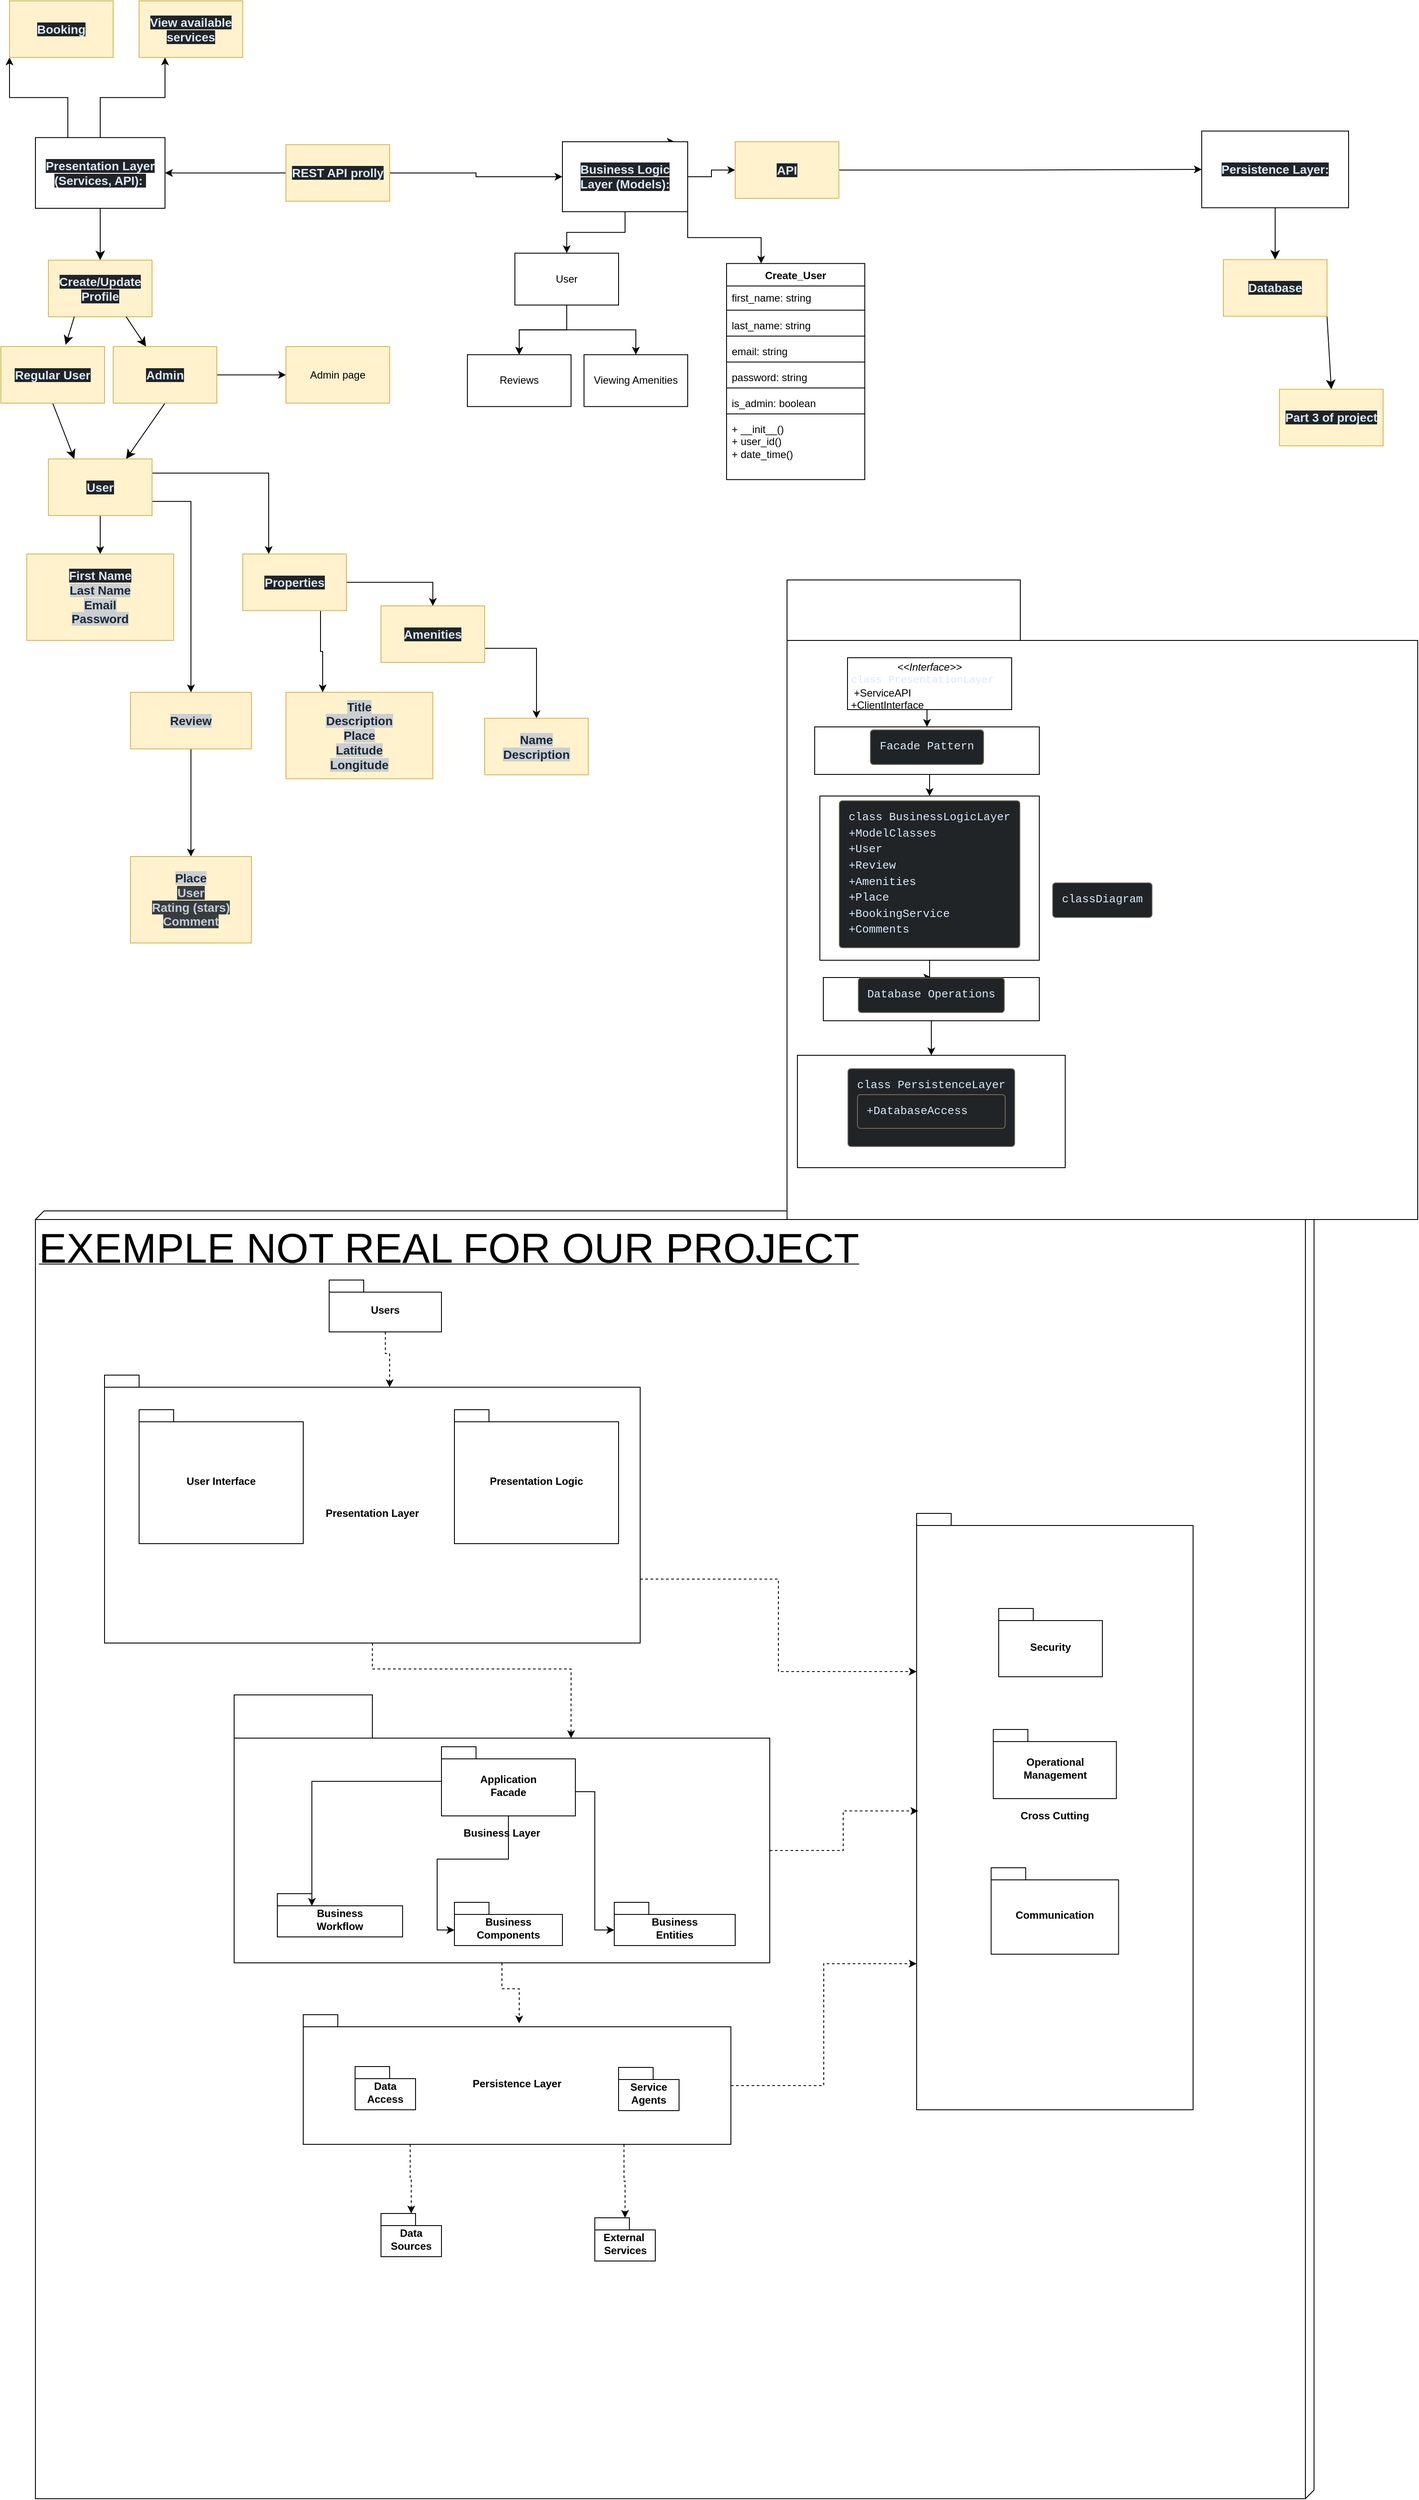
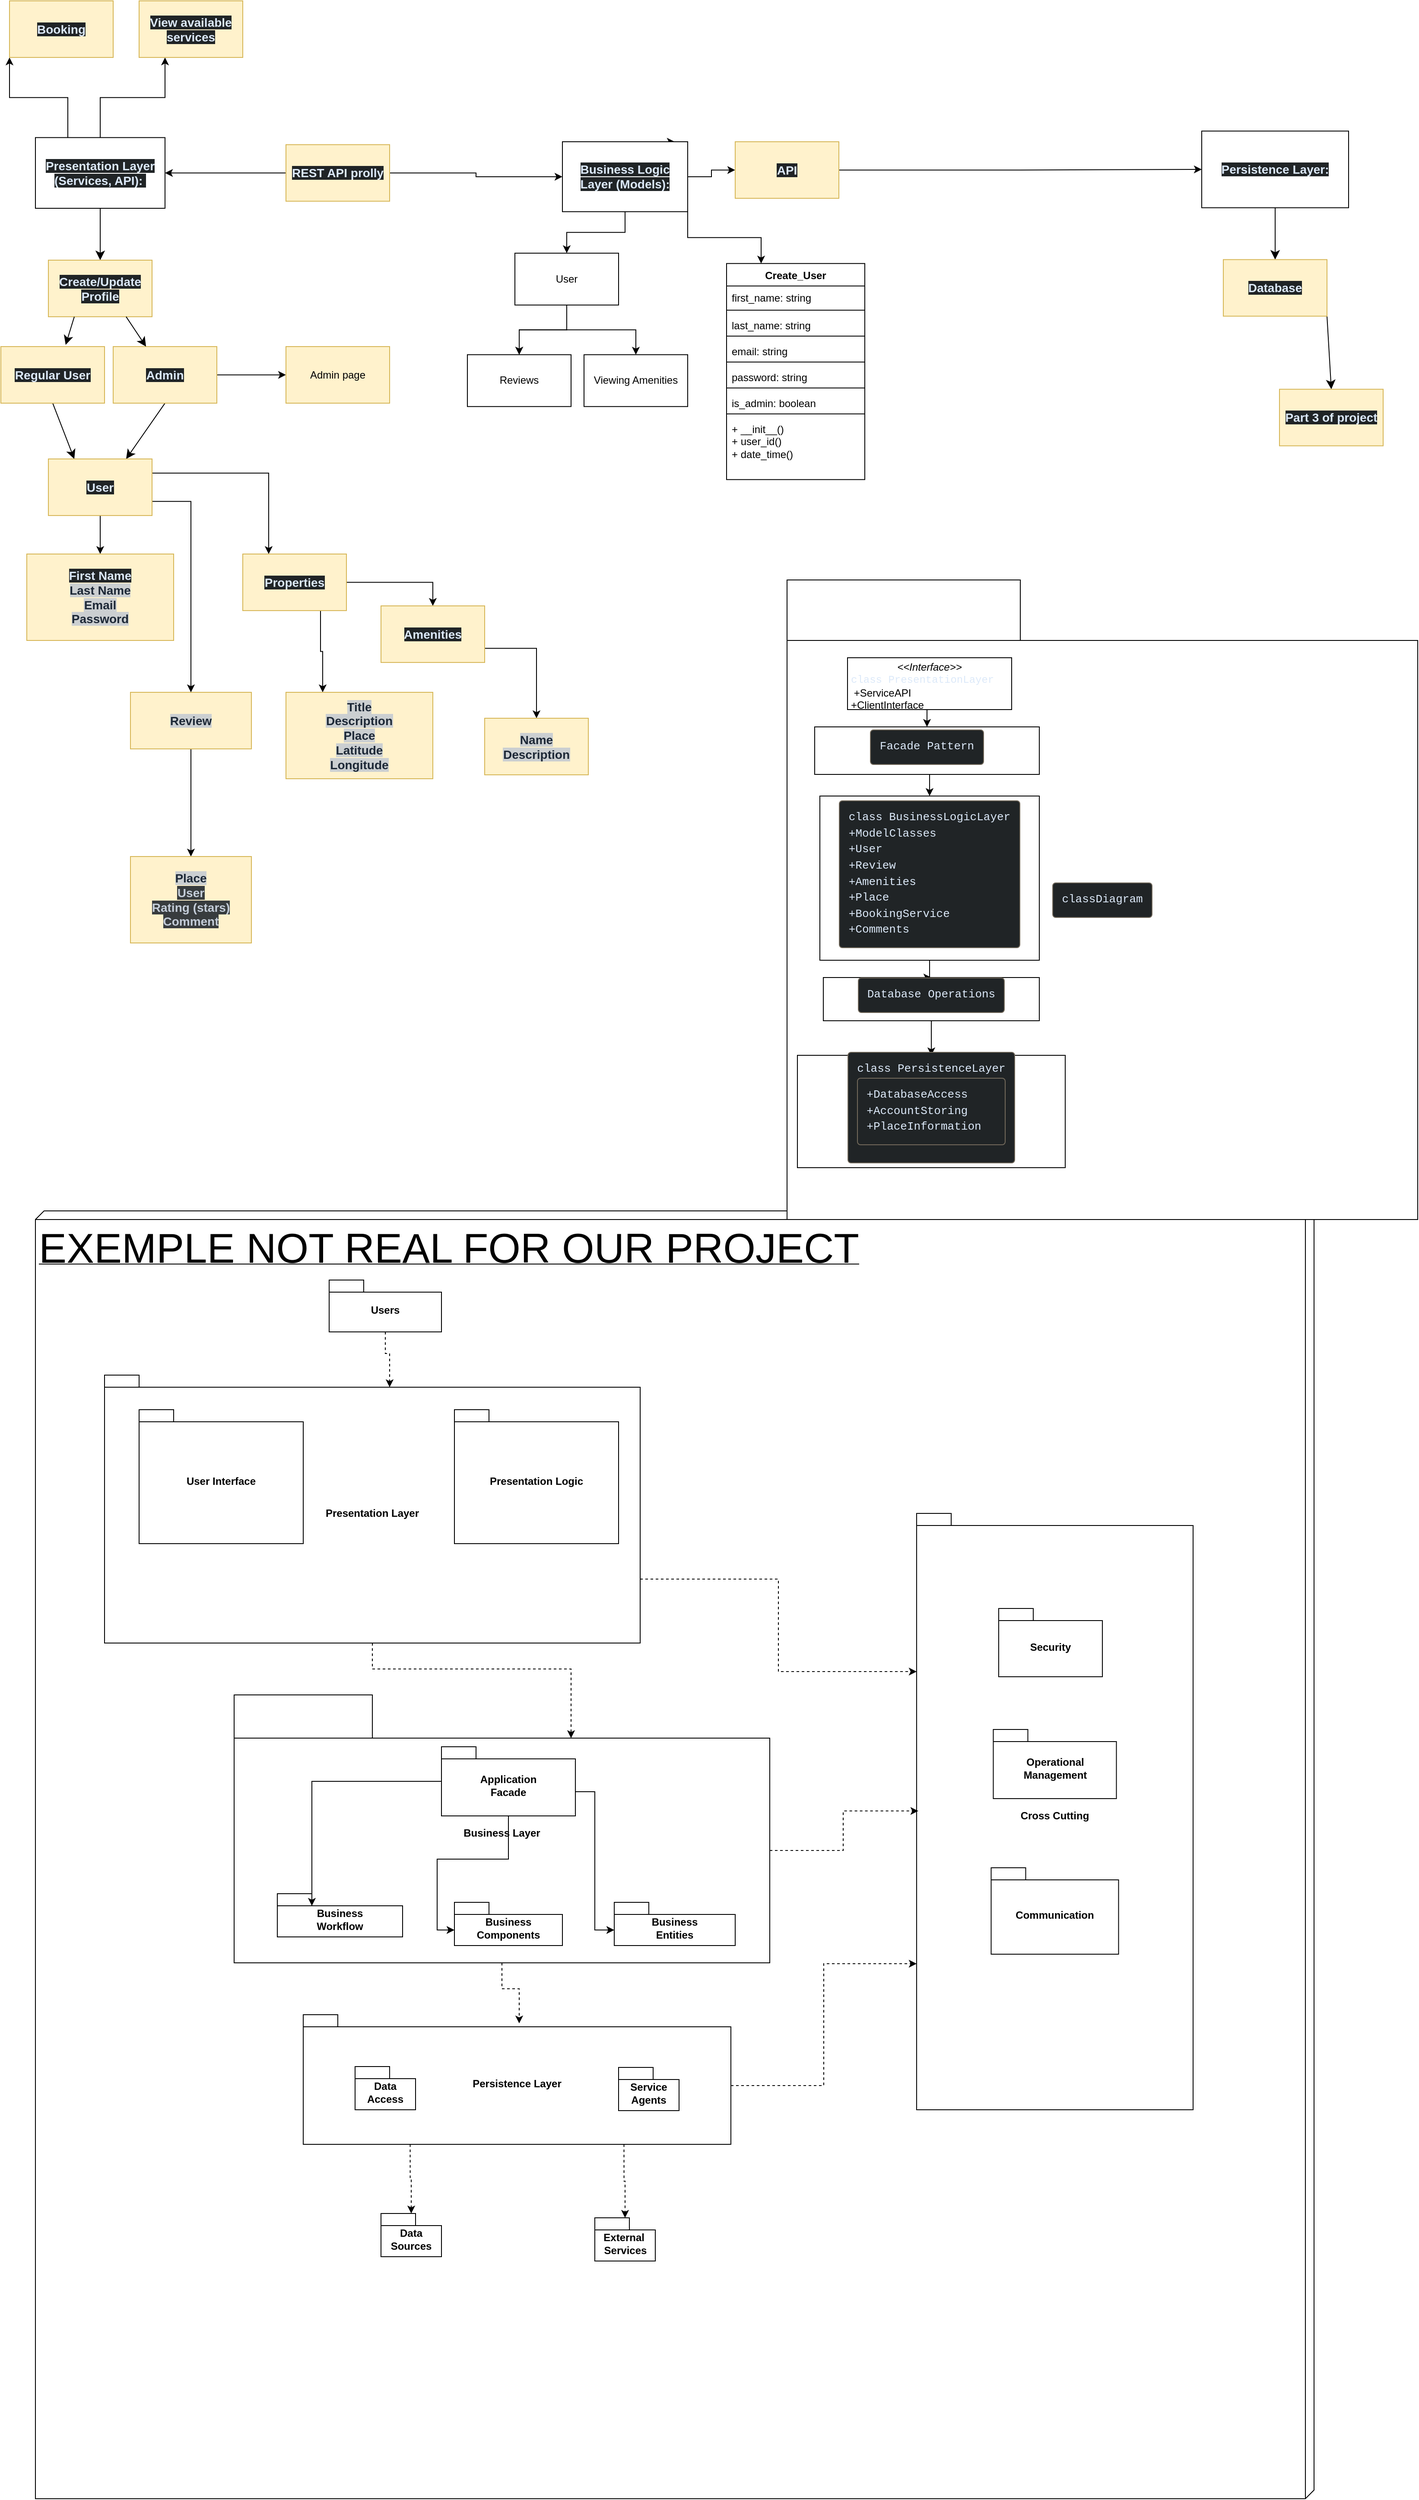
<mxfile host="app.diagrams.net">
  <diagram name="Page-1" id="-YqvBdWR7zro55ob8_1u">
-     <mxGraphModel dx="964" dy="663" grid="1" gridSize="10" guides="1" tooltips="1" connect="1" arrows="1" fold="1" page="1" pageScale="1" pageWidth="850" pageHeight="1100" math="0" shadow="0">
+     <mxGraphModel dx="1252" dy="682" grid="1" gridSize="10" guides="1" tooltips="1" connect="1" arrows="1" fold="1" page="1" pageScale="1" pageWidth="850" pageHeight="1100" math="0" shadow="0">
      <root>
        <mxCell id="0" />
        <mxCell id="1" parent="0" />
        <mxCell id="ak4_qq2vWhMhYVfdcJaX-1" parent="1" style="verticalAlign=top;align=left;spacingTop=8;spacingLeft=2;spacingRight=12;shape=cube;size=10;direction=south;fontStyle=4;html=1;whiteSpace=wrap;" value="&lt;font style=&quot;font-size: 48px;&quot;&gt;EXEMPLE NOT REAL FOR OUR PROJECT&lt;/font&gt;" vertex="1">
          <mxGeometry height="1490" width="1480" x="40" y="1500" as="geometry" />
        </mxCell>
        <mxCell id="Xk1fa7zEFvqhqLaLLcKz-15" parent="1" style="shape=folder;fontStyle=1;spacingTop=10;tabWidth=270;tabHeight=70;tabPosition=left;html=1;whiteSpace=wrap;" value="&lt;pre style=&quot;box-sizing: border-box; overflow: auto; font-family: Menlo, Monaco, Consolas, &amp;quot;Courier New&amp;quot;, monospace; font-size: 13px; margin: 0px 0px 10px; line-height: 1.42857; color: rgb(220, 233, 249); word-break: break-all; overflow-wrap: break-word; border-width: 1px; border-style: solid; border-image: initial; scrollbar-color: rgb(95, 99, 104) rgb(49, 54, 60); font-weight: 400; text-align: start; padding: 10px !important; background-color: rgb(32, 36, 38) !important; border-color: rgb(114, 105, 91) !important; border-radius: 4px !important;&quot;&gt;&lt;code class=&quot;mermaid language-mermaid&quot; style=&quot;box-sizing: border-box; font-family: Menlo, Monaco, Consolas, &amp;quot;Courier New&amp;quot;, monospace; font-size: inherit; padding: 0px; border-radius: 0px; white-space: pre-wrap; scrollbar-color: rgb(95, 99, 104) rgb(49, 54, 60); background-color: transparent !important;&quot;&gt;classDiagram&lt;/code&gt;&lt;/pre&gt;" vertex="1">
          <mxGeometry height="740" width="730" x="910" y="770" as="geometry" />
        </mxCell>
        <mxCell id="knfjWByLyRWuwcYY4K55-11" edge="1" parent="1" source="hUDn5ZNKDxH-Q9J3WyCt-1" style="edgeStyle=none;curved=1;rounded=0;orthogonalLoop=1;jettySize=auto;html=1;exitX=0.5;exitY=1;exitDx=0;exitDy=0;fontSize=12;startSize=8;endSize=8;" target="knfjWByLyRWuwcYY4K55-1">
          <mxGeometry relative="1" as="geometry" />
        </mxCell>
        <mxCell id="nrL1aRvaP8A3k5mvhdIb-1" edge="1" parent="1" source="hUDn5ZNKDxH-Q9J3WyCt-1" style="edgeStyle=orthogonalEdgeStyle;rounded=0;orthogonalLoop=1;jettySize=auto;html=1;exitX=0.25;exitY=0;exitDx=0;exitDy=0;entryX=0;entryY=1;entryDx=0;entryDy=0;" target="nDmQYND_-jVZAFU5oeKq-2">
          <mxGeometry relative="1" as="geometry" />
        </mxCell>
        <mxCell id="nrL1aRvaP8A3k5mvhdIb-2" edge="1" parent="1" source="hUDn5ZNKDxH-Q9J3WyCt-1" style="edgeStyle=orthogonalEdgeStyle;rounded=0;orthogonalLoop=1;jettySize=auto;html=1;exitX=0.5;exitY=0;exitDx=0;exitDy=0;entryX=0.25;entryY=1;entryDx=0;entryDy=0;" target="nDmQYND_-jVZAFU5oeKq-3">
          <mxGeometry relative="1" as="geometry" />
        </mxCell>
        <mxCell id="hUDn5ZNKDxH-Q9J3WyCt-1" parent="1" style="rounded=0;whiteSpace=wrap;html=1;" value="&lt;strong style=&quot;box-sizing: border-box; font-weight: bold; scrollbar-color: rgb(95, 99, 104) rgb(49, 54, 60); color: rgb(220, 233, 249); font-family: aktiv-grotesk, sans-serif; font-size: 14px; text-align: start; background-color: rgb(32, 36, 38);&quot;&gt;Presentation Layer (Services, API):&lt;/strong&gt;&lt;span style=&quot;color: rgb(220, 233, 249); font-family: aktiv-grotesk, sans-serif; font-size: 14px; text-align: start; background-color: rgb(32, 36, 38);&quot;&gt;&amp;nbsp;&lt;/span&gt;" vertex="1">
          <mxGeometry height="81.82" width="150" x="40" y="258.18" as="geometry" />
        </mxCell>
        <mxCell id="nrL1aRvaP8A3k5mvhdIb-28" edge="1" parent="1" source="hUDn5ZNKDxH-Q9J3WyCt-2" style="edgeStyle=orthogonalEdgeStyle;rounded=0;orthogonalLoop=1;jettySize=auto;html=1;exitX=0.75;exitY=0;exitDx=0;exitDy=0;">
          <mxGeometry relative="1" as="geometry">
            <mxPoint x="780" y="262.92" as="targetPoint" />
          </mxGeometry>
        </mxCell>
        <mxCell id="nrL1aRvaP8A3k5mvhdIb-29" edge="1" parent="1" source="hUDn5ZNKDxH-Q9J3WyCt-2" style="edgeStyle=orthogonalEdgeStyle;rounded=0;orthogonalLoop=1;jettySize=auto;html=1;exitX=1;exitY=0.5;exitDx=0;exitDy=0;entryX=0;entryY=0.5;entryDx=0;entryDy=0;" target="nrL1aRvaP8A3k5mvhdIb-25">
          <mxGeometry relative="1" as="geometry" />
        </mxCell>
        <mxCell id="IQe30unK_AcWwb2UXMVU-2" edge="1" parent="1" source="hUDn5ZNKDxH-Q9J3WyCt-2" style="edgeStyle=orthogonalEdgeStyle;rounded=0;orthogonalLoop=1;jettySize=auto;html=1;" target="IQe30unK_AcWwb2UXMVU-1" value="">
          <mxGeometry relative="1" as="geometry" />
        </mxCell>
        <mxCell id="bphd-XHS044pXj_6YrF3-8" edge="1" parent="1" source="hUDn5ZNKDxH-Q9J3WyCt-2" style="edgeStyle=orthogonalEdgeStyle;rounded=0;orthogonalLoop=1;jettySize=auto;html=1;exitX=1;exitY=1;exitDx=0;exitDy=0;entryX=0.25;entryY=0;entryDx=0;entryDy=0;" target="bphd-XHS044pXj_6YrF3-4">
          <mxGeometry relative="1" as="geometry" />
        </mxCell>
        <mxCell id="hUDn5ZNKDxH-Q9J3WyCt-2" parent="1" style="rounded=0;whiteSpace=wrap;html=1;" value="&lt;strong style=&quot;box-sizing: border-box; font-weight: bold; scrollbar-color: rgb(95, 99, 104) rgb(49, 54, 60); color: rgb(220, 233, 249); font-family: aktiv-grotesk, sans-serif; font-size: 14px; text-align: start; background-color: rgb(32, 36, 38);&quot;&gt;Business Logic Layer (Models):&lt;/strong&gt;" vertex="1">
          <mxGeometry height="80.93" width="145" x="650" y="262.99" as="geometry" />
        </mxCell>
        <mxCell id="knfjWByLyRWuwcYY4K55-10" edge="1" parent="1" source="hUDn5ZNKDxH-Q9J3WyCt-3" style="edgeStyle=none;curved=1;rounded=0;orthogonalLoop=1;jettySize=auto;html=1;exitX=0.5;exitY=1;exitDx=0;exitDy=0;entryX=0.5;entryY=0;entryDx=0;entryDy=0;fontSize=12;startSize=8;endSize=8;" target="knfjWByLyRWuwcYY4K55-9">
          <mxGeometry relative="1" as="geometry" />
        </mxCell>
        <mxCell id="hUDn5ZNKDxH-Q9J3WyCt-3" parent="1" style="rounded=0;whiteSpace=wrap;html=1;" value="&lt;strong style=&quot;box-sizing: border-box; font-weight: bold; scrollbar-color: rgb(95, 99, 104) rgb(49, 54, 60); color: rgb(220, 233, 249); font-family: aktiv-grotesk, sans-serif; font-size: 14px; text-align: start; background-color: rgb(32, 36, 38);&quot;&gt;Persistence Layer:&lt;/strong&gt;" vertex="1">
          <mxGeometry height="88.7" width="170" x="1390" y="250.65" as="geometry" />
        </mxCell>
        <mxCell id="nDmQYND_-jVZAFU5oeKq-2" parent="1" style="rounded=0;whiteSpace=wrap;html=1;fillColor=#fff2cc;strokeColor=#d6b656;" value="&lt;div style=&quot;text-align: start;&quot;&gt;&lt;font color=&quot;#dce9f9&quot; face=&quot;aktiv-grotesk, sans-serif&quot;&gt;&lt;span style=&quot;font-size: 14px; background-color: rgb(32, 36, 38);&quot;&gt;&lt;b&gt;Booking&lt;/b&gt;&lt;/span&gt;&lt;/font&gt;&lt;/div&gt;" vertex="1">
          <mxGeometry height="65.46" width="120" x="10" y="100" as="geometry" />
        </mxCell>
        <mxCell id="nDmQYND_-jVZAFU5oeKq-3" parent="1" style="rounded=0;whiteSpace=wrap;html=1;align=center;fillColor=#fff2cc;strokeColor=#d6b656;" value="&lt;div style=&quot;&quot;&gt;&lt;font color=&quot;#dce9f9&quot; face=&quot;aktiv-grotesk, sans-serif&quot;&gt;&lt;span style=&quot;font-size: 14px; background-color: rgb(32, 36, 38);&quot;&gt;&lt;b&gt;View available services&lt;/b&gt;&lt;/span&gt;&lt;/font&gt;&lt;/div&gt;" vertex="1">
          <mxGeometry height="65.46" width="120" x="160" y="100.00000000000003" as="geometry" />
        </mxCell>
        <mxCell id="bphd-XHS044pXj_6YrF3-2" edge="1" parent="1" source="nDmQYND_-jVZAFU5oeKq-4" style="edgeStyle=orthogonalEdgeStyle;rounded=0;orthogonalLoop=1;jettySize=auto;html=1;exitX=0.5;exitY=1;exitDx=0;exitDy=0;entryX=0.5;entryY=0;entryDx=0;entryDy=0;" target="bphd-XHS044pXj_6YrF3-1">
          <mxGeometry relative="1" as="geometry" />
        </mxCell>
        <mxCell id="nDmQYND_-jVZAFU5oeKq-4" parent="1" style="rounded=0;whiteSpace=wrap;html=1;align=center;fillColor=#fff2cc;strokeColor=#d6b656;" value="&lt;div style=&quot;&quot;&gt;&lt;font color=&quot;#1d2836&quot; face=&quot;aktiv-grotesk, sans-serif&quot;&gt;&lt;span style=&quot;font-size: 14px; background-color: rgb(203, 207, 209);&quot;&gt;&lt;b&gt;Review&lt;/b&gt;&lt;/span&gt;&lt;/font&gt;&lt;/div&gt;" vertex="1">
          <mxGeometry height="65.46" width="140" x="150" y="900" as="geometry" />
        </mxCell>
        <mxCell id="knfjWByLyRWuwcYY4K55-1" parent="1" style="rounded=0;whiteSpace=wrap;html=1;align=center;fillColor=#fff2cc;strokeColor=#d6b656;" value="&lt;div style=&quot;&quot;&gt;&lt;font color=&quot;#dce9f9&quot; face=&quot;aktiv-grotesk, sans-serif&quot;&gt;&lt;span style=&quot;font-size: 14px; background-color: rgb(32, 36, 38);&quot;&gt;&lt;b&gt;Create/Update Profile&lt;/b&gt;&lt;/span&gt;&lt;/font&gt;&lt;/div&gt;" vertex="1">
          <mxGeometry height="65.46" width="120" x="55" y="400" as="geometry" />
        </mxCell>
        <mxCell id="knfjWByLyRWuwcYY4K55-12" edge="1" parent="1" source="knfjWByLyRWuwcYY4K55-3" style="edgeStyle=none;curved=1;rounded=0;orthogonalLoop=1;jettySize=auto;html=1;exitX=0.5;exitY=1;exitDx=0;exitDy=0;entryX=0.25;entryY=0;entryDx=0;entryDy=0;fontSize=12;startSize=8;endSize=8;" target="knfjWByLyRWuwcYY4K55-7">
          <mxGeometry relative="1" as="geometry" />
        </mxCell>
        <mxCell id="knfjWByLyRWuwcYY4K55-3" parent="1" style="rounded=0;whiteSpace=wrap;html=1;align=center;fillColor=#fff2cc;strokeColor=#d6b656;" value="&lt;div style=&quot;&quot;&gt;&lt;font color=&quot;#dce9f9&quot; face=&quot;aktiv-grotesk, sans-serif&quot;&gt;&lt;span style=&quot;font-size: 14px; background-color: rgb(32, 36, 38);&quot;&gt;&lt;b&gt;Regular User&lt;/b&gt;&lt;/span&gt;&lt;/font&gt;&lt;/div&gt;" vertex="1">
          <mxGeometry height="65.46" width="120" y="500" as="geometry" />
        </mxCell>
        <mxCell id="knfjWByLyRWuwcYY4K55-13" edge="1" parent="1" source="knfjWByLyRWuwcYY4K55-4" style="edgeStyle=none;curved=1;rounded=0;orthogonalLoop=1;jettySize=auto;html=1;exitX=0.5;exitY=1;exitDx=0;exitDy=0;entryX=0.75;entryY=0;entryDx=0;entryDy=0;fontSize=12;startSize=8;endSize=8;" target="knfjWByLyRWuwcYY4K55-7">
          <mxGeometry relative="1" as="geometry" />
        </mxCell>
        <mxCell id="aWwyGlZGmxZRMDZtTTIC-5" edge="1" parent="1" source="knfjWByLyRWuwcYY4K55-4" style="edgeStyle=orthogonalEdgeStyle;rounded=0;orthogonalLoop=1;jettySize=auto;html=1;" target="aWwyGlZGmxZRMDZtTTIC-4" value="">
          <mxGeometry relative="1" as="geometry" />
        </mxCell>
        <mxCell id="knfjWByLyRWuwcYY4K55-4" parent="1" style="rounded=0;whiteSpace=wrap;html=1;align=center;fillColor=#fff2cc;strokeColor=#d6b656;" value="&lt;div style=&quot;&quot;&gt;&lt;font color=&quot;#dce9f9&quot; face=&quot;aktiv-grotesk, sans-serif&quot;&gt;&lt;span style=&quot;font-size: 14px; background-color: rgb(32, 36, 38);&quot;&gt;&lt;b&gt;Admin&lt;/b&gt;&lt;/span&gt;&lt;/font&gt;&lt;/div&gt;" vertex="1">
          <mxGeometry height="65.46" width="120" x="130" y="500" as="geometry" />
        </mxCell>
        <mxCell id="knfjWByLyRWuwcYY4K55-5" edge="1" parent="1" source="knfjWByLyRWuwcYY4K55-1" style="edgeStyle=none;curved=1;rounded=0;orthogonalLoop=1;jettySize=auto;html=1;exitX=0.25;exitY=1;exitDx=0;exitDy=0;entryX=0.625;entryY=-0.031;entryDx=0;entryDy=0;entryPerimeter=0;fontSize=12;startSize=8;endSize=8;" target="knfjWByLyRWuwcYY4K55-3">
          <mxGeometry relative="1" as="geometry" />
        </mxCell>
        <mxCell id="knfjWByLyRWuwcYY4K55-6" edge="1" parent="1" source="knfjWByLyRWuwcYY4K55-1" style="edgeStyle=none;curved=1;rounded=0;orthogonalLoop=1;jettySize=auto;html=1;exitX=0.75;exitY=1;exitDx=0;exitDy=0;entryX=0.317;entryY=0;entryDx=0;entryDy=0;entryPerimeter=0;fontSize=12;startSize=8;endSize=8;" target="knfjWByLyRWuwcYY4K55-4">
          <mxGeometry relative="1" as="geometry" />
        </mxCell>
        <mxCell id="nrL1aRvaP8A3k5mvhdIb-16" edge="1" parent="1" source="knfjWByLyRWuwcYY4K55-7" style="edgeStyle=orthogonalEdgeStyle;rounded=0;orthogonalLoop=1;jettySize=auto;html=1;exitX=0.5;exitY=1;exitDx=0;exitDy=0;entryX=0.5;entryY=0;entryDx=0;entryDy=0;" target="nrL1aRvaP8A3k5mvhdIb-10">
          <mxGeometry relative="1" as="geometry" />
        </mxCell>
        <mxCell id="nrL1aRvaP8A3k5mvhdIb-18" edge="1" parent="1" source="knfjWByLyRWuwcYY4K55-7" style="edgeStyle=orthogonalEdgeStyle;rounded=0;orthogonalLoop=1;jettySize=auto;html=1;exitX=1;exitY=0.75;exitDx=0;exitDy=0;entryX=0.5;entryY=0;entryDx=0;entryDy=0;" target="nDmQYND_-jVZAFU5oeKq-4">
          <mxGeometry relative="1" as="geometry" />
        </mxCell>
        <mxCell id="nrL1aRvaP8A3k5mvhdIb-19" edge="1" parent="1" source="knfjWByLyRWuwcYY4K55-7" style="edgeStyle=orthogonalEdgeStyle;rounded=0;orthogonalLoop=1;jettySize=auto;html=1;exitX=1;exitY=0.25;exitDx=0;exitDy=0;entryX=0.25;entryY=0;entryDx=0;entryDy=0;" target="nrL1aRvaP8A3k5mvhdIb-3">
          <mxGeometry relative="1" as="geometry" />
        </mxCell>
        <mxCell id="knfjWByLyRWuwcYY4K55-7" parent="1" style="rounded=0;whiteSpace=wrap;html=1;align=center;fillColor=#fff2cc;strokeColor=#d6b656;" value="&lt;div style=&quot;&quot;&gt;&lt;font color=&quot;#dce9f9&quot; face=&quot;aktiv-grotesk, sans-serif&quot;&gt;&lt;span style=&quot;font-size: 14px; background-color: rgb(32, 36, 38);&quot;&gt;&lt;b&gt;User&lt;/b&gt;&lt;/span&gt;&lt;/font&gt;&lt;/div&gt;" vertex="1">
          <mxGeometry height="65.46" width="120" x="55" y="630" as="geometry" />
        </mxCell>
        <mxCell id="knfjWByLyRWuwcYY4K55-16" edge="1" parent="1" source="knfjWByLyRWuwcYY4K55-9" style="edgeStyle=none;curved=1;rounded=0;orthogonalLoop=1;jettySize=auto;html=1;exitX=1;exitY=1;exitDx=0;exitDy=0;entryX=0.5;entryY=0;entryDx=0;entryDy=0;fontSize=12;startSize=8;endSize=8;" target="knfjWByLyRWuwcYY4K55-14">
          <mxGeometry relative="1" as="geometry" />
        </mxCell>
        <mxCell id="knfjWByLyRWuwcYY4K55-9" parent="1" style="rounded=0;whiteSpace=wrap;html=1;align=center;fillColor=#fff2cc;strokeColor=#d6b656;" value="&lt;div style=&quot;&quot;&gt;&lt;font color=&quot;#dce9f9&quot; face=&quot;aktiv-grotesk, sans-serif&quot;&gt;&lt;span style=&quot;font-size: 14px; background-color: rgb(32, 36, 38);&quot;&gt;&lt;b&gt;Database&lt;/b&gt;&lt;/span&gt;&lt;/font&gt;&lt;/div&gt;" vertex="1">
          <mxGeometry height="65.46" width="120" x="1415" y="399.35" as="geometry" />
        </mxCell>
        <mxCell id="knfjWByLyRWuwcYY4K55-14" parent="1" style="rounded=0;whiteSpace=wrap;html=1;align=center;fillColor=#fff2cc;strokeColor=#d6b656;" value="&lt;div style=&quot;&quot;&gt;&lt;font color=&quot;#dce9f9&quot; face=&quot;aktiv-grotesk, sans-serif&quot;&gt;&lt;span style=&quot;font-size: 14px; background-color: rgb(32, 36, 38);&quot;&gt;&lt;b&gt;Part 3 of project&lt;/b&gt;&lt;/span&gt;&lt;/font&gt;&lt;/div&gt;" vertex="1">
          <mxGeometry height="65.46" width="120" x="1480" y="549.35" as="geometry" />
        </mxCell>
        <mxCell id="bphd-XHS044pXj_6YrF3-3" edge="1" parent="1" source="nrL1aRvaP8A3k5mvhdIb-3" style="edgeStyle=orthogonalEdgeStyle;rounded=0;orthogonalLoop=1;jettySize=auto;html=1;exitX=0.75;exitY=1;exitDx=0;exitDy=0;entryX=0.25;entryY=0;entryDx=0;entryDy=0;" target="nrL1aRvaP8A3k5mvhdIb-20">
          <mxGeometry relative="1" as="geometry">
            <mxPoint x="370.11764705882365" y="910" as="targetPoint" />
          </mxGeometry>
        </mxCell>
        <mxCell id="bphd-XHS044pXj_6YrF3-10" edge="1" parent="1" source="nrL1aRvaP8A3k5mvhdIb-3" style="edgeStyle=orthogonalEdgeStyle;rounded=0;orthogonalLoop=1;jettySize=auto;html=1;exitX=1;exitY=0.5;exitDx=0;exitDy=0;entryX=0.5;entryY=0;entryDx=0;entryDy=0;" target="bphd-XHS044pXj_6YrF3-9">
          <mxGeometry relative="1" as="geometry" />
        </mxCell>
        <mxCell id="nrL1aRvaP8A3k5mvhdIb-3" parent="1" style="rounded=0;whiteSpace=wrap;html=1;align=center;fillColor=#fff2cc;strokeColor=#d6b656;" value="&lt;div style=&quot;&quot;&gt;&lt;font color=&quot;#dce9f9&quot; face=&quot;aktiv-grotesk, sans-serif&quot;&gt;&lt;span style=&quot;font-size: 14px; background-color: rgb(32, 36, 38);&quot;&gt;&lt;b&gt;Properties&lt;/b&gt;&lt;/span&gt;&lt;/font&gt;&lt;/div&gt;" vertex="1">
          <mxGeometry height="65.46" width="120" x="280" y="740" as="geometry" />
        </mxCell>
        <mxCell id="nrL1aRvaP8A3k5mvhdIb-10" parent="1" style="rounded=0;whiteSpace=wrap;html=1;align=center;fillColor=#fff2cc;strokeColor=#d6b656;" value="&lt;div style=&quot;&quot;&gt;&lt;font color=&quot;#dce9f9&quot; face=&quot;aktiv-grotesk, sans-serif&quot;&gt;&lt;span style=&quot;font-size: 14px; background-color: rgb(32, 36, 38);&quot;&gt;&lt;b&gt;First Name&lt;/b&gt;&lt;/span&gt;&lt;/font&gt;&lt;/div&gt;&lt;div style=&quot;&quot;&gt;&lt;font color=&quot;#1d2836&quot; face=&quot;aktiv-grotesk, sans-serif&quot;&gt;&lt;span style=&quot;font-size: 14px; background-color: rgb(203, 207, 209);&quot;&gt;&lt;b&gt;Last Name&lt;/b&gt;&lt;/span&gt;&lt;/font&gt;&lt;/div&gt;&lt;div style=&quot;&quot;&gt;&lt;font color=&quot;#1d2836&quot; face=&quot;aktiv-grotesk, sans-serif&quot;&gt;&lt;span style=&quot;font-size: 14px; background-color: rgb(203, 207, 209);&quot;&gt;&lt;b&gt;Email&lt;/b&gt;&lt;/span&gt;&lt;/font&gt;&lt;/div&gt;&lt;div style=&quot;&quot;&gt;&lt;font color=&quot;#1d2836&quot; face=&quot;aktiv-grotesk, sans-serif&quot;&gt;&lt;span style=&quot;font-size: 14px; background-color: rgb(203, 207, 209);&quot;&gt;&lt;b&gt;Password&lt;/b&gt;&lt;/span&gt;&lt;/font&gt;&lt;/div&gt;" vertex="1">
          <mxGeometry height="100" width="170" x="30" y="740" as="geometry" />
        </mxCell>
        <mxCell id="nrL1aRvaP8A3k5mvhdIb-20" parent="1" style="rounded=0;whiteSpace=wrap;html=1;align=center;fillColor=#fff2cc;strokeColor=#d6b656;" value="&lt;div style=&quot;&quot;&gt;&lt;font color=&quot;#1d2836&quot; face=&quot;aktiv-grotesk, sans-serif&quot;&gt;&lt;span style=&quot;font-size: 14px; background-color: rgb(203, 207, 209);&quot;&gt;&lt;b&gt;Title&lt;/b&gt;&lt;/span&gt;&lt;/font&gt;&lt;/div&gt;&lt;div style=&quot;&quot;&gt;&lt;font color=&quot;#1d2836&quot; face=&quot;aktiv-grotesk, sans-serif&quot;&gt;&lt;span style=&quot;font-size: 14px; background-color: rgb(203, 207, 209);&quot;&gt;&lt;b&gt;Description&lt;/b&gt;&lt;/span&gt;&lt;/font&gt;&lt;/div&gt;&lt;div style=&quot;&quot;&gt;&lt;font color=&quot;#1d2836&quot; face=&quot;aktiv-grotesk, sans-serif&quot;&gt;&lt;span style=&quot;font-size: 14px; background-color: rgb(203, 207, 209);&quot;&gt;&lt;b&gt;Place&lt;/b&gt;&lt;/span&gt;&lt;/font&gt;&lt;/div&gt;&lt;div style=&quot;&quot;&gt;&lt;font color=&quot;#1d2836&quot; face=&quot;aktiv-grotesk, sans-serif&quot;&gt;&lt;span style=&quot;font-size: 14px; background-color: rgb(203, 207, 209);&quot;&gt;&lt;b&gt;Latitude&lt;/b&gt;&lt;/span&gt;&lt;/font&gt;&lt;/div&gt;&lt;div style=&quot;&quot;&gt;&lt;font color=&quot;#1d2836&quot; face=&quot;aktiv-grotesk, sans-serif&quot;&gt;&lt;span style=&quot;font-size: 14px; background-color: rgb(203, 207, 209);&quot;&gt;&lt;b&gt;Longitude&lt;/b&gt;&lt;/span&gt;&lt;/font&gt;&lt;/div&gt;" vertex="1">
          <mxGeometry height="100" width="170" x="330" y="900" as="geometry" />
        </mxCell>
        <mxCell id="nrL1aRvaP8A3k5mvhdIb-26" edge="1" parent="1" source="nrL1aRvaP8A3k5mvhdIb-24" style="edgeStyle=orthogonalEdgeStyle;rounded=0;orthogonalLoop=1;jettySize=auto;html=1;exitX=1;exitY=0.5;exitDx=0;exitDy=0;" target="hUDn5ZNKDxH-Q9J3WyCt-2">
          <mxGeometry relative="1" as="geometry">
            <mxPoint x="610" y="299.5700000000001" as="sourcePoint" />
          </mxGeometry>
        </mxCell>
        <mxCell id="nrL1aRvaP8A3k5mvhdIb-27" edge="1" parent="1" source="nrL1aRvaP8A3k5mvhdIb-24" style="edgeStyle=orthogonalEdgeStyle;rounded=0;orthogonalLoop=1;jettySize=auto;html=1;exitX=0;exitY=0.5;exitDx=0;exitDy=0;entryX=1;entryY=0.5;entryDx=0;entryDy=0;" target="hUDn5ZNKDxH-Q9J3WyCt-1">
          <mxGeometry relative="1" as="geometry" />
        </mxCell>
        <mxCell id="nrL1aRvaP8A3k5mvhdIb-24" parent="1" style="rounded=0;whiteSpace=wrap;html=1;align=center;fillColor=#fff2cc;strokeColor=#d6b656;" value="&lt;div style=&quot;&quot;&gt;&lt;font color=&quot;#dce9f9&quot; face=&quot;aktiv-grotesk, sans-serif&quot;&gt;&lt;span style=&quot;font-size: 14px; background-color: rgb(32, 36, 38);&quot;&gt;&lt;b&gt;REST API prolly&lt;/b&gt;&lt;/span&gt;&lt;/font&gt;&lt;/div&gt;" vertex="1">
          <mxGeometry height="65.46" width="120" x="330" y="266.35999999999996" as="geometry" />
        </mxCell>
        <mxCell id="nrL1aRvaP8A3k5mvhdIb-30" edge="1" parent="1" source="nrL1aRvaP8A3k5mvhdIb-25" style="edgeStyle=orthogonalEdgeStyle;rounded=0;orthogonalLoop=1;jettySize=auto;html=1;exitX=1;exitY=0.5;exitDx=0;exitDy=0;entryX=0;entryY=0.5;entryDx=0;entryDy=0;" target="hUDn5ZNKDxH-Q9J3WyCt-3">
          <mxGeometry relative="1" as="geometry" />
        </mxCell>
        <mxCell id="nrL1aRvaP8A3k5mvhdIb-25" parent="1" style="rounded=0;whiteSpace=wrap;html=1;align=center;fillColor=#fff2cc;strokeColor=#d6b656;" value="&lt;div style=&quot;&quot;&gt;&lt;font color=&quot;#dce9f9&quot; face=&quot;aktiv-grotesk, sans-serif&quot;&gt;&lt;span style=&quot;font-size: 14px; background-color: rgb(32, 36, 38);&quot;&gt;&lt;b&gt;API&lt;/b&gt;&lt;/span&gt;&lt;/font&gt;&lt;/div&gt;" vertex="1">
          <mxGeometry height="65.46" width="120" x="850" y="262.99" as="geometry" />
        </mxCell>
        <mxCell id="bphd-XHS044pXj_6YrF3-1" parent="1" style="rounded=0;whiteSpace=wrap;html=1;align=center;fillColor=#fff2cc;strokeColor=#d6b656;" value="&lt;div style=&quot;&quot;&gt;&lt;font color=&quot;#1d2836&quot; face=&quot;aktiv-grotesk, sans-serif&quot;&gt;&lt;span style=&quot;font-size: 14px; background-color: rgb(203, 207, 209);&quot;&gt;&lt;b&gt;Place&lt;/b&gt;&lt;/span&gt;&lt;/font&gt;&lt;/div&gt;&lt;div style=&quot;&quot;&gt;&lt;font color=&quot;#c4cdd9&quot; face=&quot;aktiv-grotesk, sans-serif&quot;&gt;&lt;span style=&quot;font-size: 14px; background-color: rgb(56, 60, 62);&quot;&gt;&lt;b&gt;User&lt;/b&gt;&lt;/span&gt;&lt;/font&gt;&lt;/div&gt;&lt;div style=&quot;&quot;&gt;&lt;font color=&quot;#c4cdd9&quot; face=&quot;aktiv-grotesk, sans-serif&quot;&gt;&lt;span style=&quot;font-size: 14px; background-color: rgb(56, 60, 62);&quot;&gt;&lt;b&gt;Rating (stars)&lt;/b&gt;&lt;/span&gt;&lt;/font&gt;&lt;/div&gt;&lt;div style=&quot;&quot;&gt;&lt;font color=&quot;#c4cdd9&quot; face=&quot;aktiv-grotesk, sans-serif&quot;&gt;&lt;span style=&quot;font-size: 14px; background-color: rgb(56, 60, 62);&quot;&gt;&lt;b&gt;Comment&lt;/b&gt;&lt;/span&gt;&lt;/font&gt;&lt;/div&gt;" vertex="1">
          <mxGeometry height="100" width="140" x="150" y="1090" as="geometry" />
        </mxCell>
        <mxCell id="IQe30unK_AcWwb2UXMVU-4" edge="1" parent="1" source="IQe30unK_AcWwb2UXMVU-1" style="edgeStyle=orthogonalEdgeStyle;rounded=0;orthogonalLoop=1;jettySize=auto;html=1;" target="IQe30unK_AcWwb2UXMVU-3" value="">
          <mxGeometry relative="1" as="geometry" />
        </mxCell>
        <mxCell id="bphd-XHS044pXj_6YrF3-4" parent="1" style="swimlane;fontStyle=1;align=center;verticalAlign=top;childLayout=stackLayout;horizontal=1;startSize=26;horizontalStack=0;resizeParent=1;resizeParentMax=0;resizeLast=0;collapsible=1;marginBottom=0;whiteSpace=wrap;html=1;" value="Create_User" vertex="1">
          <mxGeometry height="250" width="160" x="840" y="403.92" as="geometry" />
        </mxCell>
        <mxCell id="bphd-XHS044pXj_6YrF3-5" parent="bphd-XHS044pXj_6YrF3-4" style="text;strokeColor=none;fillColor=none;align=left;verticalAlign=top;spacingLeft=4;spacingRight=4;overflow=hidden;rotatable=0;points=[[0,0.5],[1,0.5]];portConstraint=eastwest;whiteSpace=wrap;html=1;" value="first_name: string&lt;div&gt;&lt;br&gt;&lt;/div&gt;" vertex="1">
          <mxGeometry height="24" width="160" y="26" as="geometry" />
        </mxCell>
        <mxCell id="bphd-XHS044pXj_6YrF3-6" parent="bphd-XHS044pXj_6YrF3-4" style="line;strokeWidth=1;fillColor=none;align=left;verticalAlign=middle;spacingTop=-1;spacingLeft=3;spacingRight=3;rotatable=0;labelPosition=right;points=[];portConstraint=eastwest;strokeColor=inherit;" value="" vertex="1">
          <mxGeometry height="8" width="160" y="50" as="geometry" />
        </mxCell>
        <mxCell id="1CZEDAOxRYAH5AQD7Mqk-3" parent="bphd-XHS044pXj_6YrF3-4" style="text;strokeColor=none;fillColor=none;align=left;verticalAlign=top;spacingLeft=4;spacingRight=4;overflow=hidden;rotatable=0;points=[[0,0.5],[1,0.5]];portConstraint=eastwest;whiteSpace=wrap;html=1;" value="&lt;div&gt;last_name: string&lt;/div&gt;" vertex="1">
          <mxGeometry height="22" width="160" y="58" as="geometry" />
        </mxCell>
        <mxCell id="1CZEDAOxRYAH5AQD7Mqk-4" parent="bphd-XHS044pXj_6YrF3-4" style="line;strokeWidth=1;fillColor=none;align=left;verticalAlign=middle;spacingTop=-1;spacingLeft=3;spacingRight=3;rotatable=0;labelPosition=right;points=[];portConstraint=eastwest;strokeColor=inherit;" value="" vertex="1">
          <mxGeometry height="8" width="160" y="80" as="geometry" />
        </mxCell>
        <mxCell id="1CZEDAOxRYAH5AQD7Mqk-5" parent="bphd-XHS044pXj_6YrF3-4" style="text;strokeColor=none;fillColor=none;align=left;verticalAlign=top;spacingLeft=4;spacingRight=4;overflow=hidden;rotatable=0;points=[[0,0.5],[1,0.5]];portConstraint=eastwest;whiteSpace=wrap;html=1;" value="&lt;div&gt;email: string&lt;/div&gt;" vertex="1">
          <mxGeometry height="22" width="160" y="88" as="geometry" />
        </mxCell>
        <mxCell id="1CZEDAOxRYAH5AQD7Mqk-7" parent="bphd-XHS044pXj_6YrF3-4" style="line;strokeWidth=1;fillColor=none;align=left;verticalAlign=middle;spacingTop=-1;spacingLeft=3;spacingRight=3;rotatable=0;labelPosition=right;points=[];portConstraint=eastwest;strokeColor=inherit;" value="" vertex="1">
          <mxGeometry height="8" width="160" y="110" as="geometry" />
        </mxCell>
        <mxCell id="1CZEDAOxRYAH5AQD7Mqk-6" parent="bphd-XHS044pXj_6YrF3-4" style="text;strokeColor=none;fillColor=none;align=left;verticalAlign=top;spacingLeft=4;spacingRight=4;overflow=hidden;rotatable=0;points=[[0,0.5],[1,0.5]];portConstraint=eastwest;whiteSpace=wrap;html=1;" value="&lt;div&gt;password: string&lt;/div&gt;" vertex="1">
          <mxGeometry height="22" width="160" y="118" as="geometry" />
        </mxCell>
        <mxCell id="1CZEDAOxRYAH5AQD7Mqk-8" parent="bphd-XHS044pXj_6YrF3-4" style="line;strokeWidth=1;fillColor=none;align=left;verticalAlign=middle;spacingTop=-1;spacingLeft=3;spacingRight=3;rotatable=0;labelPosition=right;points=[];portConstraint=eastwest;strokeColor=inherit;" value="" vertex="1">
          <mxGeometry height="8" width="160" y="140" as="geometry" />
        </mxCell>
        <mxCell id="aWwyGlZGmxZRMDZtTTIC-2" parent="bphd-XHS044pXj_6YrF3-4" style="text;strokeColor=none;fillColor=none;align=left;verticalAlign=top;spacingLeft=4;spacingRight=4;overflow=hidden;rotatable=0;points=[[0,0.5],[1,0.5]];portConstraint=eastwest;whiteSpace=wrap;html=1;" value="&lt;div&gt;is_admin: boolean&lt;/div&gt;" vertex="1">
          <mxGeometry height="22" width="160" y="148" as="geometry" />
        </mxCell>
        <mxCell id="aWwyGlZGmxZRMDZtTTIC-3" parent="bphd-XHS044pXj_6YrF3-4" style="line;strokeWidth=1;fillColor=none;align=left;verticalAlign=middle;spacingTop=-1;spacingLeft=3;spacingRight=3;rotatable=0;labelPosition=right;points=[];portConstraint=eastwest;strokeColor=inherit;" value="" vertex="1">
          <mxGeometry height="8" width="160" y="170" as="geometry" />
        </mxCell>
        <mxCell id="bphd-XHS044pXj_6YrF3-7" parent="bphd-XHS044pXj_6YrF3-4" style="text;strokeColor=none;fillColor=none;align=left;verticalAlign=top;spacingLeft=4;spacingRight=4;overflow=hidden;rotatable=0;points=[[0,0.5],[1,0.5]];portConstraint=eastwest;whiteSpace=wrap;html=1;" value="+ __init__()&lt;div&gt;+ user_id()&lt;/div&gt;&lt;div&gt;+ date_time()&lt;/div&gt;" vertex="1">
          <mxGeometry height="72" width="160" y="178" as="geometry" />
        </mxCell>
        <mxCell id="IQe30unK_AcWwb2UXMVU-5" edge="1" parent="1" source="IQe30unK_AcWwb2UXMVU-1" style="edgeStyle=orthogonalEdgeStyle;rounded=0;orthogonalLoop=1;jettySize=auto;html=1;" target="IQe30unK_AcWwb2UXMVU-3" value="">
          <mxGeometry relative="1" as="geometry" />
        </mxCell>
        <mxCell id="IQe30unK_AcWwb2UXMVU-7" edge="1" parent="1" source="IQe30unK_AcWwb2UXMVU-1" style="edgeStyle=orthogonalEdgeStyle;rounded=0;orthogonalLoop=1;jettySize=auto;html=1;" target="IQe30unK_AcWwb2UXMVU-6" value="">
          <mxGeometry relative="1" as="geometry" />
        </mxCell>
        <mxCell id="IQe30unK_AcWwb2UXMVU-1" parent="1" style="whiteSpace=wrap;html=1;rounded=0;" value="User" vertex="1">
          <mxGeometry height="60" width="120" x="595" y="391.9150000000001" as="geometry" />
        </mxCell>
        <mxCell id="IQe30unK_AcWwb2UXMVU-3" parent="1" style="whiteSpace=wrap;html=1;rounded=0;" value="Reviews" vertex="1">
          <mxGeometry height="60" width="120" x="540" y="509.3750000000001" as="geometry" />
        </mxCell>
        <mxCell id="IQe30unK_AcWwb2UXMVU-6" parent="1" style="whiteSpace=wrap;html=1;rounded=0;" value="Viewing Amenities" vertex="1">
          <mxGeometry height="60" width="120" x="675" y="509.37500000000006" as="geometry" />
        </mxCell>
        <mxCell id="bphd-XHS044pXj_6YrF3-12" edge="1" parent="1" source="bphd-XHS044pXj_6YrF3-9" style="edgeStyle=orthogonalEdgeStyle;rounded=0;orthogonalLoop=1;jettySize=auto;html=1;exitX=1;exitY=0.75;exitDx=0;exitDy=0;entryX=0.5;entryY=0;entryDx=0;entryDy=0;" target="bphd-XHS044pXj_6YrF3-11">
          <mxGeometry relative="1" as="geometry" />
        </mxCell>
        <mxCell id="bphd-XHS044pXj_6YrF3-9" parent="1" style="rounded=0;whiteSpace=wrap;html=1;align=center;fillColor=#fff2cc;strokeColor=#d6b656;" value="&lt;div style=&quot;&quot;&gt;&lt;font color=&quot;#dce9f9&quot; face=&quot;aktiv-grotesk, sans-serif&quot;&gt;&lt;span style=&quot;font-size: 14px; background-color: rgb(32, 36, 38);&quot;&gt;&lt;b&gt;Amenities&lt;/b&gt;&lt;/span&gt;&lt;/font&gt;&lt;/div&gt;" vertex="1">
          <mxGeometry height="65.46" width="120" x="440" y="800" as="geometry" />
        </mxCell>
        <mxCell id="bphd-XHS044pXj_6YrF3-11" parent="1" style="rounded=0;whiteSpace=wrap;html=1;align=center;fillColor=#fff2cc;strokeColor=#d6b656;" value="&lt;div style=&quot;&quot;&gt;&lt;font color=&quot;#1d2836&quot; face=&quot;aktiv-grotesk, sans-serif&quot;&gt;&lt;span style=&quot;font-size: 14px; background-color: rgb(203, 207, 209);&quot;&gt;&lt;b&gt;Name&lt;/b&gt;&lt;/span&gt;&lt;/font&gt;&lt;/div&gt;&lt;div style=&quot;&quot;&gt;&lt;font color=&quot;#1d2836&quot; face=&quot;aktiv-grotesk, sans-serif&quot;&gt;&lt;span style=&quot;font-size: 14px; background-color: rgb(203, 207, 209);&quot;&gt;&lt;b&gt;Description&lt;/b&gt;&lt;/span&gt;&lt;/font&gt;&lt;/div&gt;" vertex="1">
          <mxGeometry height="65.46" width="120" x="560" y="930" as="geometry" />
        </mxCell>
        <mxCell id="bphd-XHS044pXj_6YrF3-17" parent="1" style="shape=folder;fontStyle=1;spacingTop=10;tabWidth=40;tabHeight=14;tabPosition=left;html=1;whiteSpace=wrap;" value="Presentation Layer" vertex="1">
          <mxGeometry height="310" width="620" x="120" y="1690" as="geometry" />
        </mxCell>
        <mxCell id="bphd-XHS044pXj_6YrF3-19" parent="1" style="shape=folder;fontStyle=1;spacingTop=10;tabWidth=160;tabHeight=50;tabPosition=left;html=1;whiteSpace=wrap;" value="Business Layer" vertex="1">
          <mxGeometry height="310" width="620" x="270" y="2060" as="geometry" />
        </mxCell>
        <mxCell id="5oGTE3Xe48jpl4K919ed-21" edge="1" parent="1" source="bphd-XHS044pXj_6YrF3-20" style="edgeStyle=orthogonalEdgeStyle;rounded=0;orthogonalLoop=1;jettySize=auto;html=1;exitX=0.25;exitY=1;exitDx=0;exitDy=0;exitPerimeter=0;dashed=1;" target="5oGTE3Xe48jpl4K919ed-22">
          <mxGeometry relative="1" as="geometry">
            <mxPoint x="473.6923076923076" y="2640" as="targetPoint" />
          </mxGeometry>
        </mxCell>
        <mxCell id="5oGTE3Xe48jpl4K919ed-23" edge="1" parent="1" source="bphd-XHS044pXj_6YrF3-20" style="edgeStyle=orthogonalEdgeStyle;rounded=0;orthogonalLoop=1;jettySize=auto;html=1;exitX=0.75;exitY=1;exitDx=0;exitDy=0;exitPerimeter=0;dashed=1;" target="5oGTE3Xe48jpl4K919ed-24">
          <mxGeometry relative="1" as="geometry">
            <mxPoint x="721.3846153846152" y="2650" as="targetPoint" />
          </mxGeometry>
        </mxCell>
        <mxCell id="bphd-XHS044pXj_6YrF3-20" parent="1" style="shape=folder;fontStyle=1;spacingTop=10;tabWidth=40;tabHeight=14;tabPosition=left;html=1;whiteSpace=wrap;" value="Persistence Layer" vertex="1">
          <mxGeometry height="150" width="495" x="350" y="2430" as="geometry" />
        </mxCell>
        <mxCell id="bphd-XHS044pXj_6YrF3-21" parent="1" style="shape=folder;fontStyle=1;spacingTop=10;tabWidth=40;tabHeight=14;tabPosition=left;html=1;whiteSpace=wrap;" value="Presentation Logic" vertex="1">
          <mxGeometry height="155" width="190" x="525" y="1730" as="geometry" />
        </mxCell>
        <mxCell id="bphd-XHS044pXj_6YrF3-24" parent="1" style="shape=folder;fontStyle=1;spacingTop=10;tabWidth=40;tabHeight=14;tabPosition=left;html=1;whiteSpace=wrap;" value="User Interface" vertex="1">
          <mxGeometry height="155" width="190" x="160" y="1730" as="geometry" />
        </mxCell>
        <mxCell id="5oGTE3Xe48jpl4K919ed-3" edge="1" parent="1" source="5oGTE3Xe48jpl4K919ed-1" style="edgeStyle=orthogonalEdgeStyle;rounded=0;orthogonalLoop=1;jettySize=auto;html=1;exitX=0.5;exitY=1;exitDx=0;exitDy=0;exitPerimeter=0;entryX=0;entryY=0;entryDx=330;entryDy=14;entryPerimeter=0;dashed=1;" target="bphd-XHS044pXj_6YrF3-17">
          <mxGeometry relative="1" as="geometry" />
        </mxCell>
        <mxCell id="5oGTE3Xe48jpl4K919ed-1" parent="1" style="shape=folder;fontStyle=1;spacingTop=10;tabWidth=40;tabHeight=14;tabPosition=left;html=1;whiteSpace=wrap;" value="Users" vertex="1">
          <mxGeometry height="60" width="130" x="380" y="1580" as="geometry" />
        </mxCell>
        <mxCell id="5oGTE3Xe48jpl4K919ed-5" edge="1" parent="1" source="bphd-XHS044pXj_6YrF3-17" style="edgeStyle=orthogonalEdgeStyle;rounded=0;orthogonalLoop=1;jettySize=auto;html=1;exitX=0.5;exitY=1;exitDx=0;exitDy=0;exitPerimeter=0;entryX=0;entryY=0;entryDx=390;entryDy=50;entryPerimeter=0;dashed=1;" target="bphd-XHS044pXj_6YrF3-19">
          <mxGeometry relative="1" as="geometry" />
        </mxCell>
        <mxCell id="5oGTE3Xe48jpl4K919ed-6" edge="1" parent="1" source="bphd-XHS044pXj_6YrF3-19" style="edgeStyle=orthogonalEdgeStyle;rounded=0;orthogonalLoop=1;jettySize=auto;html=1;exitX=0.5;exitY=1;exitDx=0;exitDy=0;exitPerimeter=0;entryX=0.505;entryY=0.067;entryDx=0;entryDy=0;entryPerimeter=0;dashed=1;" target="bphd-XHS044pXj_6YrF3-20">
          <mxGeometry relative="1" as="geometry" />
        </mxCell>
        <mxCell id="5oGTE3Xe48jpl4K919ed-9" parent="1" style="shape=folder;fontStyle=1;spacingTop=10;tabWidth=40;tabHeight=14;tabPosition=left;html=1;whiteSpace=wrap;" value="Application&lt;div&gt;Facade&lt;/div&gt;" vertex="1">
          <mxGeometry height="80" width="155" x="510" y="2120" as="geometry" />
        </mxCell>
        <mxCell id="5oGTE3Xe48jpl4K919ed-10" parent="1" style="shape=folder;fontStyle=1;spacingTop=10;tabWidth=40;tabHeight=14;tabPosition=left;html=1;whiteSpace=wrap;" value="Business&lt;div&gt;Entities&lt;/div&gt;" vertex="1">
          <mxGeometry height="50" width="140" x="710" y="2300" as="geometry" />
        </mxCell>
        <mxCell id="5oGTE3Xe48jpl4K919ed-11" edge="1" parent="1" source="5oGTE3Xe48jpl4K919ed-9" style="edgeStyle=orthogonalEdgeStyle;rounded=0;orthogonalLoop=1;jettySize=auto;html=1;exitX=0;exitY=0;exitDx=155;exitDy=52;exitPerimeter=0;entryX=0;entryY=0;entryDx=0;entryDy=32;entryPerimeter=0;" target="5oGTE3Xe48jpl4K919ed-10">
          <mxGeometry relative="1" as="geometry" />
        </mxCell>
        <mxCell id="5oGTE3Xe48jpl4K919ed-12" parent="1" style="shape=folder;fontStyle=1;spacingTop=10;tabWidth=40;tabHeight=14;tabPosition=left;html=1;whiteSpace=wrap;" value="Business&lt;div&gt;Workflow&lt;/div&gt;" vertex="1">
          <mxGeometry height="50" width="145" x="320" y="2290" as="geometry" />
        </mxCell>
        <mxCell id="5oGTE3Xe48jpl4K919ed-14" edge="1" parent="1" source="5oGTE3Xe48jpl4K919ed-9" style="edgeStyle=orthogonalEdgeStyle;rounded=0;orthogonalLoop=1;jettySize=auto;html=1;entryX=0;entryY=0;entryDx=40;entryDy=14;entryPerimeter=0;" target="5oGTE3Xe48jpl4K919ed-12">
          <mxGeometry relative="1" as="geometry" />
        </mxCell>
        <mxCell id="5oGTE3Xe48jpl4K919ed-15" parent="1" style="shape=folder;fontStyle=1;spacingTop=10;tabWidth=40;tabHeight=14;tabPosition=left;html=1;whiteSpace=wrap;" value="Business&lt;div&gt;Components&lt;/div&gt;" vertex="1">
          <mxGeometry height="50" width="125" x="525" y="2300" as="geometry" />
        </mxCell>
        <mxCell id="5oGTE3Xe48jpl4K919ed-18" edge="1" parent="1" source="5oGTE3Xe48jpl4K919ed-9" style="edgeStyle=orthogonalEdgeStyle;rounded=0;orthogonalLoop=1;jettySize=auto;html=1;exitX=0.5;exitY=1;exitDx=0;exitDy=0;exitPerimeter=0;entryX=0;entryY=0;entryDx=0;entryDy=32;entryPerimeter=0;" target="5oGTE3Xe48jpl4K919ed-15">
          <mxGeometry relative="1" as="geometry" />
        </mxCell>
        <mxCell id="5oGTE3Xe48jpl4K919ed-19" parent="1" style="shape=folder;fontStyle=1;spacingTop=10;tabWidth=40;tabHeight=14;tabPosition=left;html=1;whiteSpace=wrap;" value="Data Access" vertex="1">
          <mxGeometry height="50" width="70" x="410" y="2490" as="geometry" />
        </mxCell>
        <mxCell id="5oGTE3Xe48jpl4K919ed-20" parent="1" style="shape=folder;fontStyle=1;spacingTop=10;tabWidth=40;tabHeight=14;tabPosition=left;html=1;whiteSpace=wrap;" value="Service Agents" vertex="1">
          <mxGeometry height="50" width="70" x="715" y="2491" as="geometry" />
        </mxCell>
        <mxCell id="5oGTE3Xe48jpl4K919ed-22" parent="1" style="shape=folder;fontStyle=1;spacingTop=10;tabWidth=40;tabHeight=14;tabPosition=left;html=1;whiteSpace=wrap;" value="Data Sources" vertex="1">
          <mxGeometry height="50" width="70" x="440.0023076923076" y="2660" as="geometry" />
        </mxCell>
        <mxCell id="5oGTE3Xe48jpl4K919ed-24" parent="1" style="shape=folder;fontStyle=1;spacingTop=10;tabWidth=40;tabHeight=14;tabPosition=left;html=1;whiteSpace=wrap;" value="External&amp;nbsp;&lt;br&gt;Services" vertex="1">
          <mxGeometry height="50" width="70" x="687.5046153846152" y="2665" as="geometry" />
        </mxCell>
        <mxCell id="5oGTE3Xe48jpl4K919ed-25" parent="1" style="shape=folder;fontStyle=1;spacingTop=10;tabWidth=40;tabHeight=14;tabPosition=left;html=1;whiteSpace=wrap;" value="Cross Cutting" vertex="1">
          <mxGeometry height="690" width="320" x="1060" y="1850" as="geometry" />
        </mxCell>
        <mxCell id="5oGTE3Xe48jpl4K919ed-26" parent="1" style="shape=folder;fontStyle=1;spacingTop=10;tabWidth=40;tabHeight=14;tabPosition=left;html=1;whiteSpace=wrap;" value="Security" vertex="1">
          <mxGeometry height="79" width="120" x="1155" y="1960" as="geometry" />
        </mxCell>
        <mxCell id="5oGTE3Xe48jpl4K919ed-27" parent="1" style="shape=folder;fontStyle=1;spacingTop=10;tabWidth=40;tabHeight=14;tabPosition=left;html=1;whiteSpace=wrap;" value="Operational Management" vertex="1">
          <mxGeometry height="80" width="142.5" x="1148.75" y="2100" as="geometry" />
        </mxCell>
        <mxCell id="5oGTE3Xe48jpl4K919ed-28" parent="1" style="shape=folder;fontStyle=1;spacingTop=10;tabWidth=40;tabHeight=14;tabPosition=left;html=1;whiteSpace=wrap;" value="Communication" vertex="1">
          <mxGeometry height="100" width="147.5" x="1146.25" y="2260" as="geometry" />
        </mxCell>
        <mxCell id="5oGTE3Xe48jpl4K919ed-29" edge="1" parent="1" source="bphd-XHS044pXj_6YrF3-20" style="edgeStyle=orthogonalEdgeStyle;rounded=0;orthogonalLoop=1;jettySize=auto;html=1;exitX=0;exitY=0;exitDx=495;exitDy=82;exitPerimeter=0;entryX=0;entryY=0;entryDx=0;entryDy=521;entryPerimeter=0;dashed=1;" target="5oGTE3Xe48jpl4K919ed-25">
          <mxGeometry relative="1" as="geometry" />
        </mxCell>
        <mxCell id="5oGTE3Xe48jpl4K919ed-30" edge="1" parent="1" source="bphd-XHS044pXj_6YrF3-19" style="edgeStyle=orthogonalEdgeStyle;rounded=0;orthogonalLoop=1;jettySize=auto;html=1;exitX=0;exitY=0;exitDx=620;exitDy=180;exitPerimeter=0;entryX=0.006;entryY=0.499;entryDx=0;entryDy=0;entryPerimeter=0;dashed=1;" target="5oGTE3Xe48jpl4K919ed-25">
          <mxGeometry relative="1" as="geometry" />
        </mxCell>
        <mxCell id="5oGTE3Xe48jpl4K919ed-31" edge="1" parent="1" source="bphd-XHS044pXj_6YrF3-17" style="edgeStyle=orthogonalEdgeStyle;rounded=0;orthogonalLoop=1;jettySize=auto;html=1;exitX=0;exitY=0;exitDx=620;exitDy=236;exitPerimeter=0;entryX=0;entryY=0;entryDx=0;entryDy=183;entryPerimeter=0;dashed=1;" target="5oGTE3Xe48jpl4K919ed-25">
          <mxGeometry relative="1" as="geometry" />
        </mxCell>
        <mxCell id="Xk1fa7zEFvqhqLaLLcKz-10" edge="1" parent="1" source="Xk1fa7zEFvqhqLaLLcKz-18" style="edgeStyle=orthogonalEdgeStyle;rounded=0;orthogonalLoop=1;jettySize=auto;html=1;exitX=0.5;exitY=1;exitDx=0;exitDy=0;entryX=0.5;entryY=0;entryDx=0;entryDy=0;" target="Xk1fa7zEFvqhqLaLLcKz-7">
          <mxGeometry relative="1" as="geometry" />
        </mxCell>
        <mxCell id="Xk1fa7zEFvqhqLaLLcKz-6" parent="1" style="verticalAlign=top;align=left;overflow=fill;html=1;whiteSpace=wrap;" value="&lt;p style=&quot;margin:0px;margin-top:4px;text-align:center;&quot;&gt;&lt;i&gt;&amp;lt;&amp;lt;Interface&amp;gt;&amp;gt;&lt;/i&gt;&lt;br&gt;&lt;/p&gt;&lt;p style=&quot;margin:0px;margin-left:4px;&quot;&gt;&lt;span style=&quot;background-color: transparent; font-family: Menlo, Monaco, Consolas, &amp;quot;Courier New&amp;quot;, monospace; font-size: inherit; white-space: pre-wrap; color: rgb(220, 233, 249);&quot;&gt;class PresentationLayer&lt;/span&gt;&lt;/p&gt;&lt;p style=&quot;margin:0px;margin-left:4px;&quot;&gt;&amp;nbsp;+ServiceAPI&lt;br&gt;+ClientInterface&lt;/p&gt;" vertex="1">
          <mxGeometry height="60" width="190" x="980" y="860" as="geometry" />
        </mxCell>
        <mxCell id="Xk1fa7zEFvqhqLaLLcKz-12" edge="1" parent="1" source="Xk1fa7zEFvqhqLaLLcKz-20" style="edgeStyle=orthogonalEdgeStyle;rounded=0;orthogonalLoop=1;jettySize=auto;html=1;exitX=0.5;exitY=1;exitDx=0;exitDy=0;" target="Xk1fa7zEFvqhqLaLLcKz-11">
          <mxGeometry relative="1" as="geometry" />
        </mxCell>
        <mxCell id="Xk1fa7zEFvqhqLaLLcKz-7" parent="1" style="html=1;whiteSpace=wrap;" value="&lt;pre style=&quot;box-sizing: border-box; overflow: auto; font-family: Menlo, Monaco, Consolas, &amp;quot;Courier New&amp;quot;, monospace; font-size: 13px; margin: 0px 0px 10px; line-height: 1.42857; color: rgb(220, 233, 249); word-break: break-all; overflow-wrap: break-word; border: 1px solid rgb(114, 105, 91); scrollbar-color: rgb(95, 99, 104) rgb(49, 54, 60); text-align: start; background-color: rgb(32, 36, 38); padding: 10px !important; border-radius: 4px !important;&quot;&gt;&lt;code class=&quot;mermaid language-mermaid&quot; style=&quot;box-sizing: border-box; font-family: Menlo, Monaco, Consolas, &amp;quot;Courier New&amp;quot;, monospace; font-size: inherit; padding: 0px; border-radius: 0px; white-space: pre-wrap; scrollbar-color: rgb(95, 99, 104) rgb(49, 54, 60); background-color: transparent !important;&quot;&gt;class BusinessLogicLayer&lt;br&gt;+&lt;/code&gt;ModelClasses&lt;br&gt;+User&lt;br&gt;+Review&lt;br&gt;+Amenities&lt;br&gt;+Place&lt;br&gt;+BookingService&lt;br&gt;+Comments&lt;/pre&gt;" vertex="1">
          <mxGeometry height="190" width="254" x="948" y="1020" as="geometry" />
        </mxCell>
-         <mxCell id="Xk1fa7zEFvqhqLaLLcKz-11" parent="1" style="html=1;whiteSpace=wrap;" value="&lt;pre style=&quot;box-sizing: border-box; overflow: auto; font-family: Menlo, Monaco, Consolas, &amp;quot;Courier New&amp;quot;, monospace; font-size: 13px; margin: 0px 0px 10px; line-height: 1.42857; color: rgb(220, 233, 249); word-break: break-all; overflow-wrap: break-word; border: 1px solid rgb(114, 105, 91); scrollbar-color: rgb(95, 99, 104) rgb(49, 54, 60); text-align: start; padding: 10px !important; background-color: rgb(32, 36, 38); border-radius: 4px !important;&quot;&gt;&lt;code class=&quot;mermaid language-mermaid&quot; style=&quot;box-sizing: border-box; font-family: Menlo, Monaco, Consolas, &amp;quot;Courier New&amp;quot;, monospace; font-size: inherit; padding: 0px; border-radius: 0px; white-space: pre-wrap; scrollbar-color: rgb(95, 99, 104) rgb(49, 54, 60); background-color: transparent !important;&quot;&gt;class PersistenceLayer&lt;br&gt;&lt;pre style=&quot;box-sizing: border-box; overflow: auto; font-family: Menlo, Monaco, Consolas, &amp;quot;Courier New&amp;quot;, monospace; margin: 0px 0px 10px; line-height: 1.42857; color: rgb(220, 233, 249); word-break: break-all; overflow-wrap: break-word; border-width: 1px; border-style: solid; border-image: initial; scrollbar-color: rgb(95, 99, 104) rgb(49, 54, 60); padding: 10px !important; background-color: rgb(32, 36, 38) !important; border-color: rgb(114, 105, 91) !important; border-radius: 4px !important;&quot;&gt;&lt;code class=&quot;mermaid language-mermaid&quot; style=&quot;box-sizing: border-box; font-family: Menlo, Monaco, Consolas, &amp;quot;Courier New&amp;quot;, monospace; font-size: inherit; padding: 0px; border-radius: 0px; white-space: pre-wrap; scrollbar-color: rgb(95, 99, 104) rgb(49, 54, 60); background-color: transparent !important;&quot;&gt;+DatabaseAccess&lt;/code&gt;&lt;/pre&gt;&lt;/code&gt;&lt;/pre&gt;" vertex="1">
+         <mxCell id="Xk1fa7zEFvqhqLaLLcKz-11" parent="1" style="html=1;whiteSpace=wrap;" value="&lt;pre style=&quot;box-sizing: border-box; overflow: auto; font-family: Menlo, Monaco, Consolas, &amp;quot;Courier New&amp;quot;, monospace; font-size: 13px; margin: 0px 0px 10px; line-height: 1.42857; color: rgb(220, 233, 249); word-break: break-all; overflow-wrap: break-word; border: 1px solid rgb(114, 105, 91); scrollbar-color: rgb(95, 99, 104) rgb(49, 54, 60); text-align: start; background-color: rgb(32, 36, 38); padding: 10px !important; border-radius: 4px !important;&quot;&gt;&lt;code class=&quot;mermaid language-mermaid&quot; style=&quot;box-sizing: border-box; font-family: Menlo, Monaco, Consolas, &amp;quot;Courier New&amp;quot;, monospace; font-size: inherit; padding: 0px; border-radius: 0px; white-space: pre-wrap; scrollbar-color: rgb(95, 99, 104) rgb(49, 54, 60); background-color: transparent !important;&quot;&gt;class PersistenceLayer&lt;br&gt;&lt;pre style=&quot;box-sizing: border-box; overflow: auto; font-family: Menlo, Monaco, Consolas, &amp;quot;Courier New&amp;quot;, monospace; margin: 0px 0px 10px; line-height: 1.42857; color: rgb(220, 233, 249); word-break: break-all; overflow-wrap: break-word; border: 1px solid rgb(114, 105, 91); scrollbar-color: rgb(95, 99, 104) rgb(49, 54, 60); padding: 10px !important; background-color: rgb(32, 36, 38); border-radius: 4px !important;&quot;&gt;&lt;code class=&quot;mermaid language-mermaid&quot; style=&quot;box-sizing: border-box; font-family: Menlo, Monaco, Consolas, &amp;quot;Courier New&amp;quot;, monospace; font-size: inherit; padding: 0px; border-radius: 0px; white-space: pre-wrap; scrollbar-color: rgb(95, 99, 104) rgb(49, 54, 60); background-color: transparent !important;&quot;&gt;+DatabaseAccess&lt;br&gt;+AccountStoring&lt;br&gt;+PlaceInformation&lt;/code&gt;&lt;/pre&gt;&lt;/code&gt;&lt;/pre&gt;" vertex="1">
          <mxGeometry height="130" width="310" x="922" y="1320" as="geometry" />
        </mxCell>
        <mxCell id="Xk1fa7zEFvqhqLaLLcKz-17" edge="1" parent="1" source="Xk1fa7zEFvqhqLaLLcKz-6" style="edgeStyle=orthogonalEdgeStyle;rounded=0;orthogonalLoop=1;jettySize=auto;html=1;exitX=0.5;exitY=1;exitDx=0;exitDy=0;entryX=0.5;entryY=0;entryDx=0;entryDy=0;" target="Xk1fa7zEFvqhqLaLLcKz-18" value="">
          <mxGeometry relative="1" as="geometry">
            <mxPoint x="1075" y="920" as="sourcePoint" />
            <mxPoint x="1075" y="1020" as="targetPoint" />
          </mxGeometry>
        </mxCell>
        <mxCell id="Xk1fa7zEFvqhqLaLLcKz-18" parent="1" style="html=1;whiteSpace=wrap;" value="&lt;pre style=&quot;box-sizing: border-box; overflow: auto; font-family: Menlo, Monaco, Consolas, &amp;quot;Courier New&amp;quot;, monospace; font-size: 13px; margin: 0px 0px 10px; line-height: 1.42857; color: rgb(220, 233, 249); word-break: break-all; overflow-wrap: break-word; border-width: 1px; border-style: solid; border-image: initial; scrollbar-color: rgb(95, 99, 104) rgb(49, 54, 60); text-align: start; padding: 10px !important; background-color: rgb(32, 36, 38) !important; border-color: rgb(114, 105, 91) !important; border-radius: 4px !important;&quot;&gt;&lt;code class=&quot;mermaid language-mermaid&quot; style=&quot;box-sizing: border-box; font-family: Menlo, Monaco, Consolas, &amp;quot;Courier New&amp;quot;, monospace; font-size: inherit; padding: 0px; border-radius: 0px; white-space: pre-wrap; scrollbar-color: rgb(95, 99, 104) rgb(49, 54, 60); background-color: transparent !important;&quot;&gt;Facade Pattern&lt;/code&gt;&lt;/pre&gt;" vertex="1">
          <mxGeometry height="55" width="260" x="942" y="940" as="geometry" />
        </mxCell>
        <mxCell id="Xk1fa7zEFvqhqLaLLcKz-19" edge="1" parent="1" source="Xk1fa7zEFvqhqLaLLcKz-7" style="edgeStyle=orthogonalEdgeStyle;rounded=0;orthogonalLoop=1;jettySize=auto;html=1;exitX=0.5;exitY=1;exitDx=0;exitDy=0;" target="Xk1fa7zEFvqhqLaLLcKz-20" value="">
          <mxGeometry relative="1" as="geometry">
            <mxPoint x="1075" y="1210" as="sourcePoint" />
            <mxPoint x="1075" y="1280" as="targetPoint" />
          </mxGeometry>
        </mxCell>
        <mxCell id="Xk1fa7zEFvqhqLaLLcKz-20" parent="1" style="html=1;whiteSpace=wrap;" value="&lt;pre style=&quot;box-sizing: border-box; overflow: auto; font-family: Menlo, Monaco, Consolas, &amp;quot;Courier New&amp;quot;, monospace; font-size: 13px; margin: 0px 0px 10px; line-height: 1.42857; color: rgb(220, 233, 249); word-break: break-all; overflow-wrap: break-word; border-width: 1px; border-style: solid; border-image: initial; scrollbar-color: rgb(95, 99, 104) rgb(49, 54, 60); text-align: start; padding: 10px !important; background-color: rgb(32, 36, 38) !important; border-color: rgb(114, 105, 91) !important; border-radius: 4px !important;&quot;&gt;&lt;code class=&quot;mermaid language-mermaid&quot; style=&quot;box-sizing: border-box; font-family: Menlo, Monaco, Consolas, &amp;quot;Courier New&amp;quot;, monospace; font-size: inherit; padding: 0px; border-radius: 0px; white-space: pre-wrap; scrollbar-color: rgb(95, 99, 104) rgb(49, 54, 60); background-color: transparent !important;&quot;&gt;Database Operations&lt;/code&gt;&lt;/pre&gt;" vertex="1">
          <mxGeometry height="50" width="250" x="952" y="1230" as="geometry" />
        </mxCell>
        <mxCell id="aWwyGlZGmxZRMDZtTTIC-4" parent="1" style="rounded=0;whiteSpace=wrap;html=1;align=center;fillColor=#fff2cc;strokeColor=#d6b656;" value="Admin page" vertex="1">
          <mxGeometry height="65.46" width="120" x="330" y="500" as="geometry" />
        </mxCell>
      </root>
    </mxGraphModel>
  </diagram>
</mxfile>
